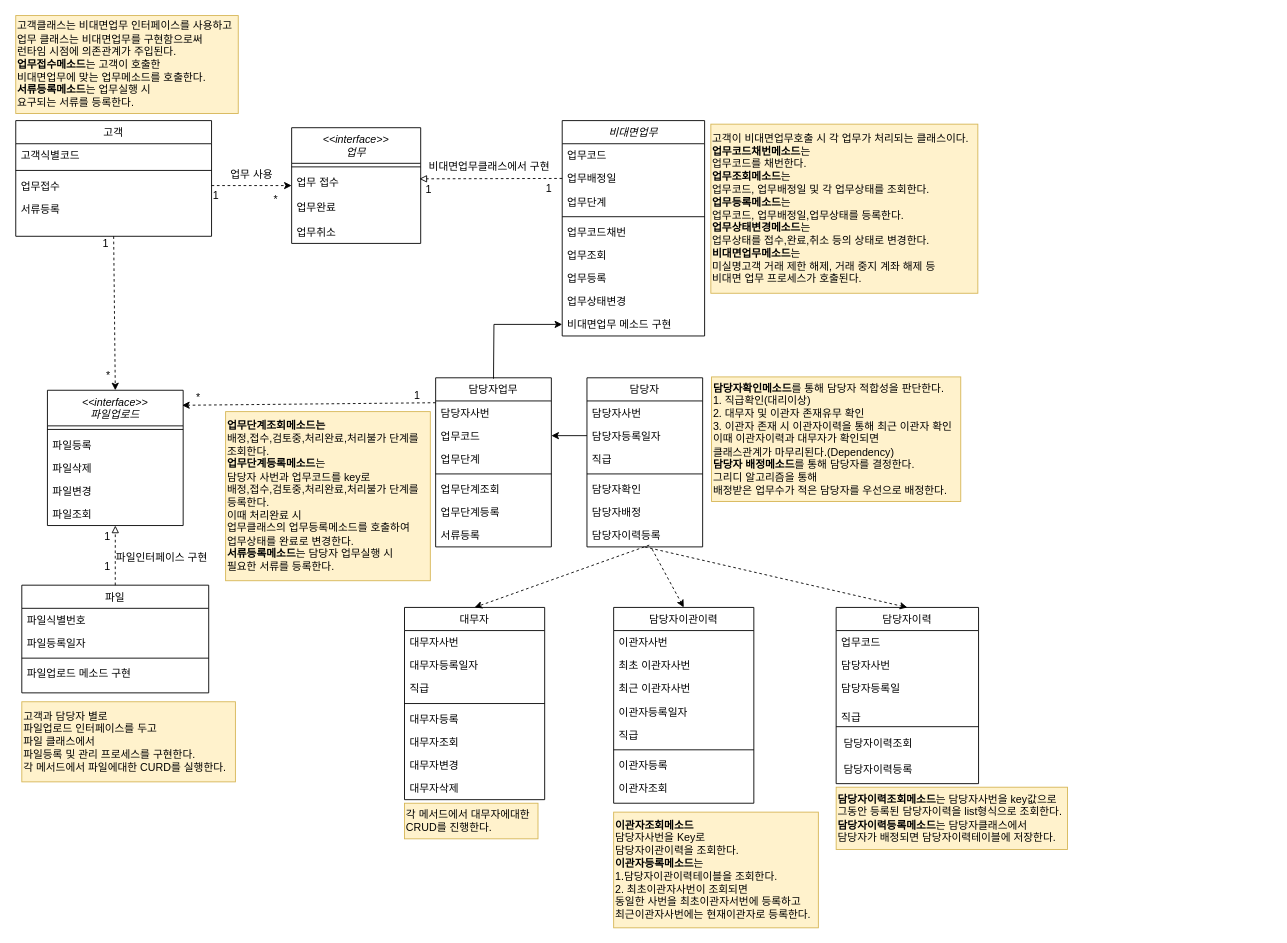
Before: 클래스다이어그램.drawio in corrvax/toby, a draw.io diagram. Source tidied: cells renumbered, new cells numbered last; positions are measured from the earlier drawing's top-left corner, leaving out a move shared by most shapes. Both pictures are drawn from the tidied source at 89%, with x=0, y=0 at pixel (15, 15).
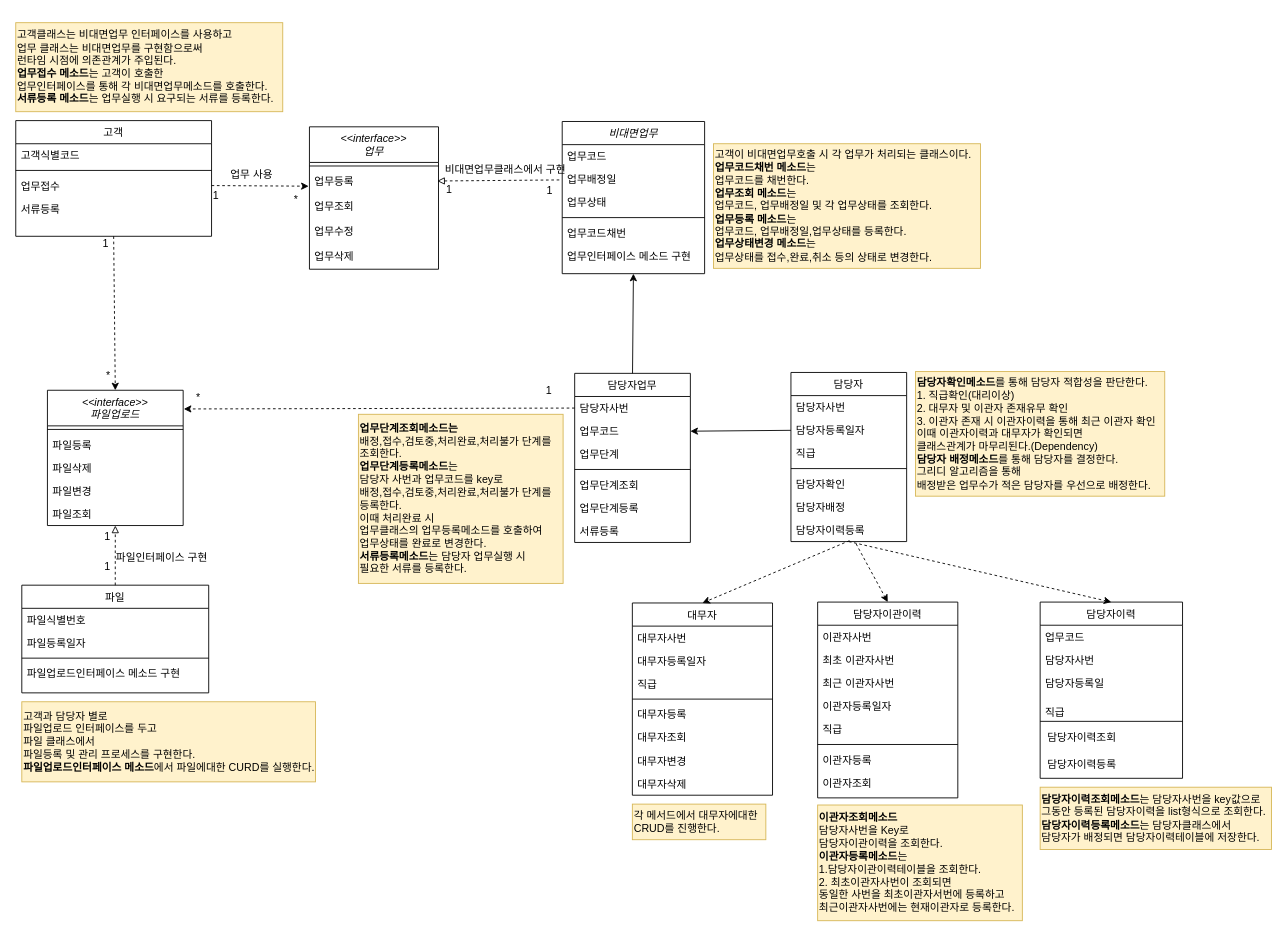
The same page after the edit.

Commit message (it also covers changes not shown here):
클래스다이어그램.drawio 업데이트

Unchanged cells that the change refers to:
```xml
<mxCell id="4" value="업무배정일" style="text;align=left;verticalAlign=top;spacingLeft=4;spacingRight=4;overflow=hidden;points=[[0,0.5],[1,0.5]];portConstraint=eastwest;rounded=0;shadow=0;html=0;" parent="2" vertex="1">
  <mxGeometry y="52" width="160" height="26" as="geometry" />
</mxCell>
<mxCell id="12" value="파일" style="swimlane;fontStyle=0;align=center;verticalAlign=top;horizontal=1;startSize=26;rounded=0;shadow=0;strokeWidth=1;" parent="1" vertex="1">
  <mxGeometry x="7" y="640" width="210" height="121" as="geometry" />
</mxCell>
<mxCell id="28" value="업무접수" style="text;align=left;verticalAlign=top;spacingLeft=4;spacingRight=4;overflow=hidden;points=[[0,0.5],[1,0.5]];portConstraint=eastwest;" parent="25" vertex="1">
  <mxGeometry y="60" width="220" height="26" as="geometry" />
</mxCell>
<mxCell id="37" value="담당자이력등록" style="text;align=left;verticalAlign=top;spacingLeft=4;spacingRight=4;overflow=hidden;points=[[0,0.5],[1,0.5]];portConstraint=eastwest;fontStyle=0;" parent="30" vertex="1">
  <mxGeometry y="164" width="130" height="26" as="geometry" />
</mxCell>
<mxCell id="48" value="담당자사번" style="text;align=left;verticalAlign=top;spacingLeft=4;spacingRight=4;overflow=hidden;points=[[0,0.5],[1,0.5]];portConstraint=eastwest;" parent="47" vertex="1">
  <mxGeometry y="26" width="130" height="26" as="geometry" />
</mxCell>
<mxCell id="69" value="&lt;&lt;interface&gt;&gt;&#10;파일업로드" style="swimlane;fontStyle=2;align=center;verticalAlign=top;horizontal=1;startSize=40;rounded=0;shadow=0;strokeWidth=1;" parent="1" vertex="1">
  <mxGeometry x="35.8" y="421" width="152.5" height="152" as="geometry" />
</mxCell>
<mxCell id="99" value="*" style="text;html=1;align=center;verticalAlign=middle;points=[];strokeColor=none;fillColor=none;" parent="1" vertex="1">
  <mxGeometry x="190" y="415" width="30" height="30" as="geometry" />
</mxCell>
```

Diff of the diagram source:
```diff
@@
     <mxCell id="2" value="비대면업무" style="swimlane;fontStyle=2;align=center;verticalAlign=top;horizontal=1;startSize=26;rounded=0;shadow=0;strokeWidth=1;" parent="1" vertex="1">
-      <mxGeometry x="614.2" y="118" width="160" height="242" as="geometry" />
+      <mxGeometry x="614.2" y="119" width="160" height="171" as="geometry" />
     </mxCell>
@@
-    <mxCell id="5" value="업무단계" style="text;align=left;verticalAlign=top;spacingLeft=4;spacingRight=4;overflow=hidden;rounded=0;shadow=0;html=0;" parent="2" vertex="1">
+    <mxCell id="5" value="업무상태" style="text;align=left;verticalAlign=top;spacingLeft=4;spacingRight=4;overflow=hidden;rounded=0;shadow=0;html=0;" parent="2" vertex="1">
       <mxGeometry y="78" width="160" height="26" as="geometry" />
     </mxCell>
@@
-    <mxCell id="8" value="업무조회" style="text;align=left;verticalAlign=top;spacingLeft=4;spacingRight=4;overflow=hidden;" parent="2" vertex="1">
-      <mxGeometry y="138" width="160" height="26" as="geometry" />
-    </mxCell>
-    <mxCell id="9" value="업무등록" style="text;align=left;verticalAlign=top;spacingLeft=4;spacingRight=4;overflow=hidden;" parent="2" vertex="1">
-      <mxGeometry y="164" width="160" height="26" as="geometry" />
-    </mxCell>
-    <mxCell id="10" value="업무상태변경" style="text;align=left;verticalAlign=top;spacingLeft=4;spacingRight=4;overflow=hidden;" parent="2" vertex="1">
-      <mxGeometry y="190" width="160" height="26" as="geometry" />
-    </mxCell>
-    <mxCell id="11" value="비대면업무 메소드 구현" style="text;align=left;verticalAlign=top;spacingLeft=4;spacingRight=4;overflow=hidden;points=[[0,0.5],[1,0.5]];portConstraint=eastwest;" parent="2" vertex="1">
-      <mxGeometry y="216" width="160" height="26" as="geometry" />
+    <mxCell id="11" value="업무인터페이스 메소드 구현" style="text;align=left;verticalAlign=top;spacingLeft=4;spacingRight=4;overflow=hidden;points=[[0,0.5],[1,0.5]];portConstraint=eastwest;" parent="2" vertex="1">
+      <mxGeometry y="138" width="160" height="26" as="geometry" />
     </mxCell>
@@
-    <mxCell id="16" value="파일업로드 메소드 구현" style="text;align=left;verticalAlign=top;spacingLeft=4;spacingRight=4;overflow=hidden;" parent="12" vertex="1">
+    <mxCell id="16" value="파일업로드인터페이스 메소드 구현" style="text;align=left;verticalAlign=top;spacingLeft=4;spacingRight=4;overflow=hidden;" parent="12" vertex="1">
       <mxGeometry y="86" width="210" height="26" as="geometry" />
     </mxCell>
     <mxCell id="17" value="담당자이력" style="swimlane;fontStyle=0;align=center;verticalAlign=top;horizontal=1;startSize=26;rounded=0;shadow=0;strokeWidth=1;" parent="1" vertex="1">
-      <mxGeometry x="922" y="665" width="160" height="198" as="geometry" />
+      <mxGeometry x="1151.2" y="659" width="160" height="198" as="geometry" />
     </mxCell>
@@
     <mxCell id="30" value="담당자" style="swimlane;fontStyle=0;align=center;verticalAlign=top;horizontal=1;startSize=26;rounded=0;shadow=0;strokeWidth=1;" parent="1" vertex="1">
-      <mxGeometry x="642" y="407" width="130" height="190" as="geometry" />
+      <mxGeometry x="871.2" y="401" width="130" height="190" as="geometry" />
     </mxCell>
@@
     <mxCell id="38" value="대무자" style="swimlane;fontStyle=0;align=center;verticalAlign=top;horizontal=1;startSize=26;rounded=0;shadow=0;strokeWidth=1;" parent="1" vertex="1">
-      <mxGeometry x="437" y="665" width="157.5" height="216" as="geometry" />
+      <mxGeometry x="693" y="660" width="157.5" height="216" as="geometry" />
     </mxCell>
@@
     <mxCell id="47" value="담당자업무" style="swimlane;fontStyle=0;align=center;verticalAlign=top;horizontal=1;startSize=26;rounded=0;shadow=0;strokeWidth=1;" parent="1" vertex="1">
-      <mxGeometry x="472" y="407" width="130" height="190" as="geometry" />
+      <mxGeometry x="628.2" y="402" width="130" height="190" as="geometry" />
     </mxCell>
@@
-    <mxCell id="56" style="rounded=0;jettySize=auto;html=1;entryX=0.5;entryY=0;entryDx=0;entryDy=0;dashed=1;" parent="1" edge="1" target="38">
-      <mxGeometry relative="1" as="geometry">
-        <mxPoint x="712" y="595" as="sourcePoint" />
-      </mxGeometry>
+    <mxCell id="56" style="rounded=0;jettySize=auto;html=1;entryX=0.5;entryY=0;entryDx=0;entryDy=0;dashed=1;exitX=0.506;exitY=0.962;exitDx=0;exitDy=0;exitPerimeter=0;" parent="1" edge="1" source="37" target="38">
+      <mxGeometry relative="1" as="geometry" />
     </mxCell>
     <mxCell id="57" value="&lt;b&gt;담당자확인메소드&lt;/b&gt;를 통해 담당자 적합성을 판단한다.&lt;br&gt;1. 직급확인(대리이상)&lt;br&gt;2. 대무자 및 이관자 존재유무 확인&lt;br&gt;3. 이관자 존재 시 이관자이력을 통해 최근 이관자 확인&lt;br&gt;이때 이관자이력과 대무자가 확인되면 &lt;br&gt;클래스관계가 마무리된다.(Dependency)&lt;br&gt;&lt;b&gt;담당자 배정메소드&lt;/b&gt;를 통해 담당자를 결정한다.&lt;br&gt;그리디 알고리즘을 통해 &lt;br&gt;배정받은 업무수가 적은 담당자를 우선으로 배정한다." style="text;html=1;align=left;verticalAlign=middle;strokeColor=#d6b656;fillColor=#fff2cc;" parent="1" vertex="1">
-      <mxGeometry x="782" y="406" width="280" height="140" as="geometry" />
+      <mxGeometry x="1011.2" y="400" width="280" height="140" as="geometry" />
     </mxCell>
     <mxCell id="58" value="&lt;&lt;interface&gt;&gt;&#10;업무" style="swimlane;fontStyle=2;align=center;verticalAlign=top;horizontal=1;startSize=40;rounded=0;shadow=0;strokeWidth=1;" parent="1" vertex="1">
-      <mxGeometry x="310.2" y="126" width="145" height="130" as="geometry" />
+      <mxGeometry x="330.2" y="125" width="145" height="160" as="geometry" />
     </mxCell>
@@
-    <mxCell id="60" value="업무 접수&#10;&#10;업무완료&#10;&#10;업무취소" style="text;align=left;verticalAlign=top;spacingLeft=4;spacingRight=4;overflow=hidden;points=[[0,0.5],[1,0.5]];portConstraint=eastwest;" parent="58" vertex="1">
-      <mxGeometry y="48" width="145" height="82" as="geometry" />
+    <mxCell id="60" value="업무등록&#10;&#10;업무조회&#10;&#10;업무수정&#10;&#10;업무삭제" style="text;align=left;verticalAlign=top;spacingLeft=4;spacingRight=4;overflow=hidden;points=[[0,0.5],[1,0.5]];portConstraint=eastwest;" parent="58" vertex="1">
+      <mxGeometry y="48" width="145" height="112" as="geometry" />
     </mxCell>
-    <mxCell id="61" style="rounded=0;jettySize=auto;html=1;exitX=1;exitY=0.5;exitDx=0;exitDy=0;entryX=0;entryY=0.5;entryDx=0;entryDy=0;dashed=1;" parent="1" edge="1" source="28" target="58">
+    <mxCell id="61" style="rounded=0;jettySize=auto;html=1;exitX=1;exitY=0.5;exitDx=0;exitDy=0;entryX=-0.006;entryY=0.167;entryDx=0;entryDy=0;dashed=1;entryPerimeter=0;" parent="1" edge="1" source="28" target="60">
       <mxGeometry relative="1" as="geometry" />
     </mxCell>
@@
-    <mxCell id="63" style="rounded=0;jettySize=auto;html=1;exitX=0;exitY=0.5;exitDx=0;exitDy=0;entryX=0.99;entryY=0.115;entryDx=0;entryDy=0;entryPerimeter=0;endArrow=block;endFill=0;dashed=1;" parent="1" edge="1" source="4" target="60">
+    <mxCell id="63" style="rounded=0;jettySize=auto;html=1;entryX=0.99;entryY=0.115;entryDx=0;entryDy=0;entryPerimeter=0;endArrow=block;endFill=0;dashed=1;exitX=0.858;exitY=0.089;exitDx=0;exitDy=0;exitPerimeter=0;" parent="1" edge="1" source="68" target="60">
       <mxGeometry relative="1" as="geometry" />
     </mxCell>
-    <mxCell id="64" value="고객클래스는 비대면업무 인터페이스를 사용하고&lt;br&gt;업무 클래스는 비대면업무를 구현함으로써&lt;br&gt;런타임 시점에 의존관계가 주입된다.&lt;br&gt;&lt;b&gt;업무접수메소드&lt;/b&gt;는 고객이 호출한 &lt;br&gt;비대면업무에 맞는 업무메소드를 호출한다.&lt;br&gt;&lt;b&gt;서류등록메소드&lt;/b&gt;는 업무실행 시&amp;nbsp;&lt;br&gt;요구되는 서류를 등록한다." style="text;html=1;align=left;verticalAlign=middle;strokeColor=#d6b656;fillColor=#fff2cc;" parent="1" vertex="1">
-      <mxGeometry x="0.2" width="250" height="110" as="geometry" />
+    <mxCell id="64" value="고객클래스는 비대면업무 인터페이스를 사용하고&lt;br&gt;업무 클래스는 비대면업무를 구현함으로써&lt;br&gt;런타임 시점에 의존관계가 주입된다.&lt;br&gt;&lt;b&gt;업무접수 메소드&lt;/b&gt;는 고객이 호출한 &lt;br&gt;업무인터페이스를 통해 각 비대면업무메소드를 호출한다.&lt;br&gt;&lt;b&gt;서류등록 메소드&lt;/b&gt;는 업무실행 시&amp;nbsp;요구되는 서류를 등록한다." style="text;html=1;align=left;verticalAlign=middle;strokeColor=#d6b656;fillColor=#fff2cc;" parent="1" vertex="1">
+      <mxGeometry x="0.2" y="8" width="300" height="100" as="geometry" />
     </mxCell>
@@
     <mxCell id="66" value="*" style="text;html=1;align=center;verticalAlign=middle;strokeColor=none;fillColor=none;" parent="1" vertex="1">
-      <mxGeometry x="277.2" y="192" width="30" height="30" as="geometry" />
+      <mxGeometry x="300.2" y="192" width="30" height="30" as="geometry" />
     </mxCell>
     <mxCell id="67" value="1" style="text;html=1;align=center;verticalAlign=middle;strokeColor=none;fillColor=none;" parent="1" vertex="1">
-      <mxGeometry x="449.2" y="181" width="30" height="30" as="geometry" />
+      <mxGeometry x="472.2" y="181" width="30" height="30" as="geometry" />
     </mxCell>
     <mxCell id="68" value="1" style="text;html=1;align=center;verticalAlign=middle;points=[];strokeColor=none;fillColor=none;" parent="1" vertex="1">
-      <mxGeometry x="584.2" y="180" width="30" height="30" as="geometry" />
+      <mxGeometry x="585.2" y="182" width="30" height="30" as="geometry" />
     </mxCell>
@@
-    <mxCell id="81" value="고객과 담당자 별로&lt;br&gt;파일업로드 인터페이스를 두고&lt;br&gt;파일 클래스에서 &lt;br&gt;파일등록 및 관리 프로세스를 구현한다.&lt;br&gt;각 메서드에서 파일에대한 CURD를 실행한다.&lt;br&gt;" style="text;html=1;align=left;verticalAlign=middle;strokeColor=#d6b656;fillColor=#fff2cc;" parent="1" vertex="1">
-      <mxGeometry x="7" y="771" width="240" height="90" as="geometry" />
+    <mxCell id="81" value="고객과 담당자 별로&lt;br&gt;파일업로드 인터페이스를 두고&lt;br&gt;파일 클래스에서 &lt;br&gt;파일등록 및 관리 프로세스를 구현한다.&lt;br&gt;&lt;b&gt;파일업로드인터페이스 메소드&lt;/b&gt;에서 파일에대한 CURD를 실행한다." style="text;html=1;align=left;verticalAlign=middle;strokeColor=#d6b656;fillColor=#fff2cc;" parent="1" vertex="1">
+      <mxGeometry x="7" y="771" width="330" height="90" as="geometry" />
     </mxCell>
     <mxCell id="82" value="담당자이관이력" style="swimlane;fontStyle=0;align=center;verticalAlign=top;horizontal=1;startSize=26;rounded=0;shadow=0;strokeWidth=1;" parent="1" vertex="1">
-      <mxGeometry x="672" y="665" width="157.5" height="220" as="geometry" />
+      <mxGeometry x="901.2" y="659" width="157.5" height="220" as="geometry" />
     </mxCell>
@@
     <mxCell id="92" value="각 메서드에서 대무자에대한 &lt;br&gt;CRUD를 진행한다." style="text;html=1;align=left;verticalAlign=middle;strokeColor=#d6b656;fillColor=#fff2cc;" parent="1" vertex="1">
-      <mxGeometry x="437" y="885" width="150" height="40" as="geometry" />
+      <mxGeometry x="693" y="886" width="150" height="40" as="geometry" />
     </mxCell>
     <mxCell id="93" value="&lt;b&gt;담당자이력조회메소드&lt;/b&gt;는 담당자사번을 key값으로&lt;br&gt;그동안 등록된 담당자이력을 list형식으로 조회한다.&lt;b&gt;&lt;br&gt;담당자이력등록메소드&lt;/b&gt;는 담당자클래스에서&lt;br&gt;담당자가 배정되면 담당자이력테이블에 저장한다.&amp;nbsp;" style="text;html=1;align=left;verticalAlign=middle;strokeColor=#d6b656;fillColor=#fff2cc;" parent="1" vertex="1">
-      <mxGeometry x="922" y="867" width="260" height="70" as="geometry" />
+      <mxGeometry x="1151.2" y="867" width="260" height="70" as="geometry" />
     </mxCell>
     <mxCell id="94" value="&lt;b&gt;이관자조회메소드&lt;/b&gt;&lt;br&gt;담당자사번을 Key로 &lt;br&gt;담당자이관이력을 조회한다.&lt;br&gt;&lt;b&gt;이관자등록메소드&lt;/b&gt;는&lt;br&gt;1.담당자이관이력테이블을 조회한다.&lt;br&gt;2. 최초이관자사번이 조회되면&amp;nbsp;&lt;br&gt;동일한 사번을 최초이관자서번에 등록하고&lt;br&gt;최근이관자사번에는 현재이관자로 등록한다." style="text;html=1;align=left;verticalAlign=middle;strokeColor=#d6b656;fillColor=#fff2cc;" parent="1" vertex="1">
-      <mxGeometry x="672" y="895" width="230" height="130" as="geometry" />
+      <mxGeometry x="901.2" y="887" width="230" height="130" as="geometry" />
     </mxCell>
     <mxCell id="95" value="&lt;b&gt;업무단계조회메소드는&lt;br&gt;&lt;/b&gt;배정,접수,검토중,처리완료,처리불가 단계를&lt;br&gt;조회한다.&lt;br&gt;&lt;b&gt;업무단계등록메소드&lt;/b&gt;는&amp;nbsp;&lt;br&gt;담당자 사번과 업무코드를 key로 &lt;br&gt;배정,접수,검토중,처리완료,처리불가 단계를&lt;br&gt;등록한다.&lt;br&gt;이때 처리완료 시 &lt;br&gt;업무클래스의 업무등록메소드를 호출하여&amp;nbsp;&lt;br&gt;업무상태를 완료로 변경한다.&lt;br&gt;&lt;b&gt;서류등록메소드&lt;/b&gt;는 담당자 업무실행 시&lt;br&gt;필요한 서류를 등록한다." style="text;html=1;align=left;verticalAlign=middle;strokeColor=#d6b656;fillColor=#fff2cc;" parent="1" vertex="1">
-      <mxGeometry x="236" y="445" width="230" height="190" as="geometry" />
+      <mxGeometry x="385.2" y="448" width="230" height="190" as="geometry" />
     </mxCell>
@@
-    <mxCell id="97" style="rounded=0;jettySize=auto;html=1;exitX=0;exitY=0.5;exitDx=0;exitDy=0;dashed=1;entryX=0.992;entryY=0.111;entryDx=0;entryDy=0;entryPerimeter=0;" parent="1" edge="1" target="69">
-      <mxGeometry relative="1" as="geometry">
-        <mxPoint x="472" y="435" as="sourcePoint" />
-      </mxGeometry>
+    <mxCell id="97" style="rounded=0;jettySize=auto;html=1;exitX=0;exitY=0.5;exitDx=0;exitDy=0;dashed=1;entryX=-0.033;entryY=0.9;entryDx=0;entryDy=0;entryPerimeter=0;" parent="1" edge="1" source="48" target="99">
+      <mxGeometry relative="1" as="geometry" />
     </mxCell>
     <mxCell id="98" value="1" style="text;html=1;align=center;verticalAlign=middle;strokeColor=none;fillColor=none;" parent="1" vertex="1">
-      <mxGeometry x="436" y="412" width="30" height="30" as="geometry" />
+      <mxGeometry x="584.2" y="407" width="30" height="30" as="geometry" />
     </mxCell>
@@
-    <mxCell id="100" value="고객이 비대면업무호출 시 각 업무가 처리되는 클래스이다.&lt;br&gt;&lt;b&gt;업무코드채번메소드&lt;/b&gt;는&amp;nbsp;&lt;br&gt;업무코드를 채번한다.&lt;br&gt;&lt;b&gt;업무조회메소드&lt;/b&gt;는&lt;br&gt;업무코드, 업무배정일 및 각 업무상태를 조회한다.&lt;br&gt;&lt;b style=&quot;border-color: var(--border-color);&quot;&gt;업무등록메소드&lt;/b&gt;는&lt;br style=&quot;border-color: var(--border-color);&quot;&gt;업무코드, 업무배정일,업무상태를 등록한다.&lt;br&gt;&lt;b&gt;업무상태변경메소드&lt;/b&gt;는&lt;br&gt;업무상태를 접수,완료,취소 등의 상태로 변경한다.&lt;br&gt;&lt;b&gt;비대면업무메소드&lt;/b&gt;는&lt;br&gt;미실명고객 거래 제한 해제, 거래 중지 계좌 해제 등&lt;br&gt;비대면 업무 프로세스가 호출된다." style="text;html=1;align=left;verticalAlign=middle;strokeColor=#d6b656;fillColor=#fff2cc;" parent="1" vertex="1">
-      <mxGeometry x="781.2" y="122" width="300" height="190" as="geometry" />
+    <mxCell id="100" value="고객이 비대면업무호출 시 각 업무가 처리되는 클래스이다.&lt;br&gt;&lt;b&gt;업무코드채번 메소드&lt;/b&gt;는&amp;nbsp;&lt;br&gt;업무코드를 채번한다.&lt;br&gt;&lt;b&gt;업무조회 메소드&lt;/b&gt;는&lt;br&gt;업무코드, 업무배정일 및 각 업무상태를 조회한다.&lt;br&gt;&lt;b style=&quot;border-color: var(--border-color);&quot;&gt;업무등록 메소드&lt;/b&gt;는&lt;br style=&quot;border-color: var(--border-color);&quot;&gt;업무코드, 업무배정일,업무상태를 등록한다.&lt;br&gt;&lt;b&gt;업무상태변경 메소드&lt;/b&gt;는&lt;br&gt;업무상태를 접수,완료,취소 등의 상태로 변경한다.&lt;br&gt;" style="text;html=1;align=left;verticalAlign=middle;strokeColor=#d6b656;fillColor=#fff2cc;" parent="1" vertex="1">
+      <mxGeometry x="784.2" y="144" width="300" height="140" as="geometry" />
     </mxCell>
-    <mxCell id="101" value="비대면업무클래스에서 구현" style="text;html=1;align=center;verticalAlign=middle;strokeColor=none;fillColor=none;" parent="1" vertex="1">
-      <mxGeometry x="457.2" y="155" width="150" height="30" as="geometry" />
-    </mxCell>
-    <mxCell id="102" style="edgeStyle=orthogonalEdgeStyle;rounded=0;jettySize=auto;html=1;exitX=0.5;exitY=0;exitDx=0;exitDy=0;entryX=0;entryY=0.5;entryDx=0;entryDy=0;" parent="1" edge="1" target="11">
-      <mxGeometry relative="1" as="geometry">
-        <mxPoint x="537" y="408" as="sourcePoint" />
-      </mxGeometry>
+    <mxCell id="102" style="rounded=0;jettySize=auto;html=1;exitX=0.5;exitY=0;exitDx=0;exitDy=0;entryX=0.5;entryY=1;entryDx=0;entryDy=0;" parent="1" edge="1" source="47" target="2">
+      <mxGeometry relative="1" as="geometry" />
     </mxCell>
@@
+    <mxCell id="101" value="비대면업무클래스에서 구현" style="text;html=1;align=center;verticalAlign=middle;strokeColor=none;fillColor=none;" parent="1" vertex="1">
+      <mxGeometry x="475.2" y="158" width="150" height="30" as="geometry" />
+    </mxCell>
```
